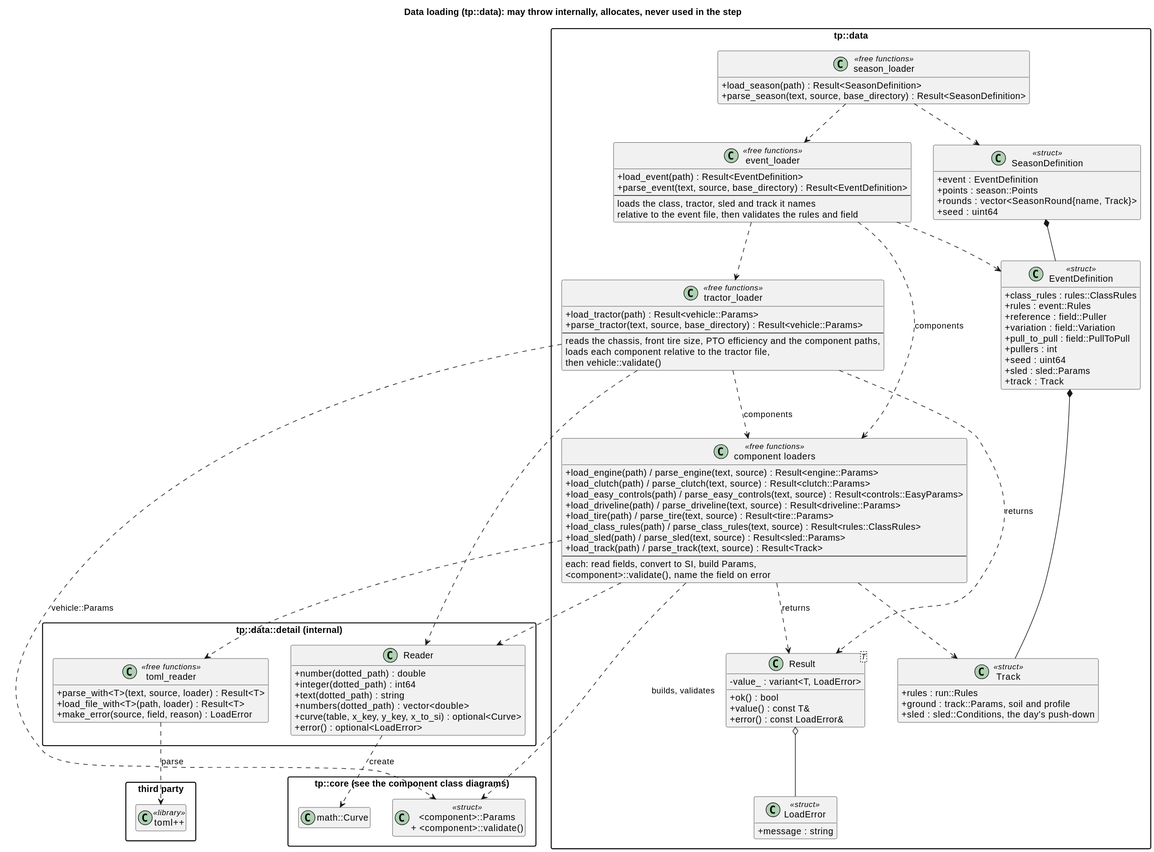
wversteeg/TractorPulling keeps this PlantUML diagram as docs/diagrams/svg/data_io_classes.svg. Above is the earlier version.
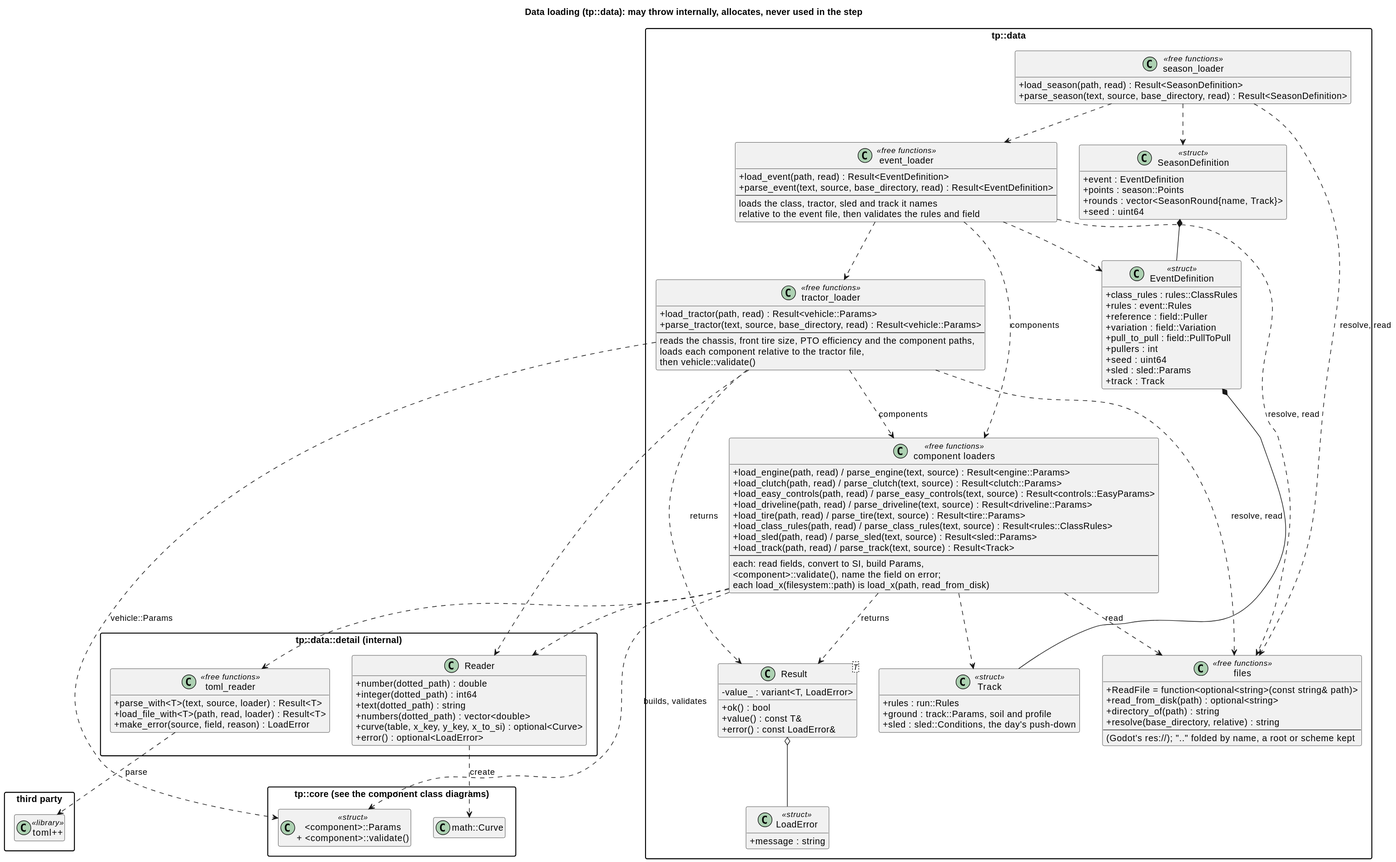
The same file after the commit.

Change to the diagram source:
```diff
@@ -15,18 +15,27 @@
     +value() : const T&
     +error() : const LoadError&
   }
+  class "files" as Files <<free functions>> {
+    +ReadFile = function<optional<string>(const string& path)>
+    +read_from_disk(path) : optional<string>
+    +directory_of(path) : string
+    +resolve(base_directory, relative) : string
+    --
+    (Godot's res://); ".." folded by name, a root or scheme kept
+  }
   class "component loaders" as Loaders <<free functions>> {
-    +load_engine(path) / parse_engine(text, source) : Result<engine::Params>
-    +load_clutch(path) / parse_clutch(text, source) : Result<clutch::Params>
-    +load_easy_controls(path) / parse_easy_controls(text, source) : Result<controls::EasyParams>
-    +load_driveline(path) / parse_driveline(text, source) : Result<driveline::Params>
-    +load_tire(path) / parse_tire(text, source) : Result<tire::Params>
-    +load_class_rules(path) / parse_class_rules(text, source) : Result<rules::ClassRules>
-    +load_sled(path) / parse_sled(text, source) : Result<sled::Params>
-    +load_track(path) / parse_track(text, source) : Result<Track>
+    +load_engine(path, read) / parse_engine(text, source) : Result<engine::Params>
+    +load_clutch(path, read) / parse_clutch(text, source) : Result<clutch::Params>
+    +load_easy_controls(path, read) / parse_easy_controls(text, source) : Result<controls::EasyParams>
+    +load_driveline(path, read) / parse_driveline(text, source) : Result<driveline::Params>
+    +load_tire(path, read) / parse_tire(text, source) : Result<tire::Params>
+    +load_class_rules(path, read) / parse_class_rules(text, source) : Result<rules::ClassRules>
+    +load_sled(path, read) / parse_sled(text, source) : Result<sled::Params>
+    +load_track(path, read) / parse_track(text, source) : Result<Track>
     --
     each: read fields, convert to SI, build Params,
-    <component>::validate(), name the field on error
+    <component>::validate(), name the field on error;
+    each load_x(filesystem::path) is load_x(path, read_from_disk)
   }
   class Track <<struct>> {
     +rules : run::Rules
@@ -45,8 +54,8 @@
     +track : Track
   }
   class "event_loader" as EventLoader <<free functions>> {
-    +load_event(path) : Result<EventDefinition>
-    +parse_event(text, source, base_directory) : Result<EventDefinition>
+    +load_event(path, read) : Result<EventDefinition>
+    +parse_event(text, source, base_directory, read) : Result<EventDefinition>
     --
     loads the class, tractor, sled and track it names
     relative to the event file, then validates the rules and field
@@ -58,12 +67,12 @@
     +seed : uint64
   }
   class "season_loader" as SeasonLoader <<free functions>> {
-    +load_season(path) : Result<SeasonDefinition>
-    +parse_season(text, source, base_directory) : Result<SeasonDefinition>
+    +load_season(path, read) : Result<SeasonDefinition>
+    +parse_season(text, source, base_directory, read) : Result<SeasonDefinition>
   }
   class "tractor_loader" as TractorLoader <<free functions>> {
-    +load_tractor(path) : Result<vehicle::Params>
-    +parse_tractor(text, source, base_directory) : Result<vehicle::Params>
+    +load_tractor(path, read) : Result<vehicle::Params>
+    +parse_tractor(text, source, base_directory, read) : Result<vehicle::Params>
     --
     reads the chassis, front tire size, PTO efficiency and the component paths,
     loads each component relative to the tractor file,
@@ -80,6 +89,10 @@
   SeasonLoader ..> EventLoader
   SeasonDefinition *-- EventDefinition
   TractorLoader ..> Loaders : components
+  Loaders ..> Files : read
+  TractorLoader ..> Files : resolve, read
+  EventLoader ..> Files : resolve, read
+  SeasonLoader ..> Files : resolve, read
   TractorLoader ..> Result : returns
 }
 
@@ -94,7 +107,7 @@
   }
   class "toml_reader" as TomlFns <<free functions>> {
     +parse_with<T>(text, source, loader) : Result<T>
-    +load_file_with<T>(path, loader) : Result<T>
+    +load_file_with<T>(path, read, loader) : Result<T>
     +make_error(source, field, reason) : LoadError
   }
 }
```
